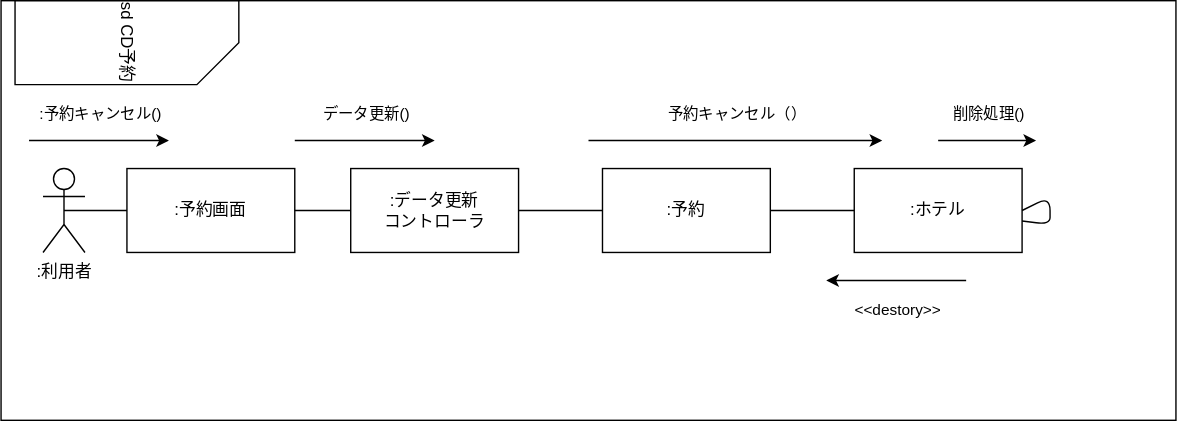
The draw.io diagram 演習５-2_CD_予約登録削除.drawio.svg in kikuchihibiki/uml-introduction, before a commit. Source tidied: cells renumbered, new cells last; positions are measured from the earlier drawing's top-left corner, leaving out a move shared by most shapes.
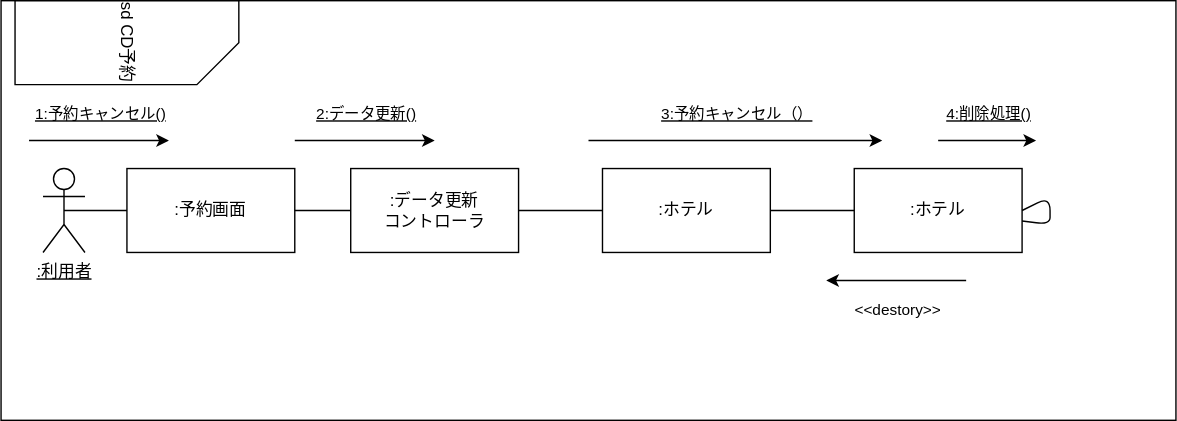
After the change.

Diff of the diagram source:
```diff
@@ -8,7 +8,7 @@
     <mxCell id="3" value="sd CD予約" style="shape=card;whiteSpace=wrap;html=1;flipH=1;rotation=90;" parent="1" vertex="1">
       <mxGeometry x="60" width="60" height="160" as="geometry" />
     </mxCell>
-    <mxCell id="4" value=":利用者" style="shape=umlActor;verticalLabelPosition=bottom;verticalAlign=top;html=1;outlineConnect=0;" parent="1" vertex="1">
+    <mxCell id="4" value="&lt;u&gt;:利用者&lt;/u&gt;" style="shape=umlActor;verticalLabelPosition=bottom;verticalAlign=top;html=1;outlineConnect=0;" parent="1" vertex="1">
       <mxGeometry x="30" y="170" width="30" height="60" as="geometry" />
     </mxCell>
     <mxCell id="5" value=":予約画面" style="rounded=0;whiteSpace=wrap;html=1;" parent="1" vertex="1">
@@ -17,7 +17,7 @@
     <mxCell id="6" value=":データ更新&lt;br&gt;コントローラ" style="rounded=0;whiteSpace=wrap;html=1;" parent="1" vertex="1">
       <mxGeometry x="250" y="170" width="120" height="60" as="geometry" />
     </mxCell>
-    <mxCell id="7" value=":予約" style="rounded=0;whiteSpace=wrap;html=1;" parent="1" vertex="1">
+    <mxCell id="7" value=":ホテル" style="rounded=0;whiteSpace=wrap;html=1;" parent="1" vertex="1">
       <mxGeometry x="430" y="170" width="120" height="60" as="geometry" />
     </mxCell>
     <mxCell id="8" value=":ホテル" style="rounded=0;whiteSpace=wrap;html=1;" parent="1" vertex="1">
@@ -41,7 +41,7 @@
         <mxPoint x="120" y="150" as="targetPoint" />
       </mxGeometry>
     </mxCell>
-    <mxCell id="14" value=":予約キャンセル()" style="edgeLabel;html=1;align=center;verticalAlign=middle;" parent="13" vertex="1">
+    <mxCell id="14" value="&lt;u&gt;1:予約キャンセル()&lt;/u&gt;" style="edgeLabel;html=1;align=center;verticalAlign=middle;" parent="13" vertex="1">
       <mxGeometry relative="1" as="geometry">
         <mxPoint y="-20" as="offset" />
       </mxGeometry>
@@ -52,7 +52,7 @@
         <mxPoint x="310" y="150" as="targetPoint" />
       </mxGeometry>
     </mxCell>
-    <mxCell id="16" value="データ更新()" style="edgeLabel;html=1;align=center;verticalAlign=middle;" parent="15" vertex="1">
+    <mxCell id="16" value="&lt;u&gt;2:データ更新()&lt;/u&gt;" style="edgeLabel;html=1;align=center;verticalAlign=middle;" parent="15" vertex="1">
       <mxGeometry relative="1" as="geometry">
         <mxPoint y="-20" as="offset" />
       </mxGeometry>
@@ -67,7 +67,7 @@
         </Array>
       </mxGeometry>
     </mxCell>
-    <mxCell id="18" value="予約キャンセル（）" style="edgeLabel;html=1;align=center;verticalAlign=middle;" parent="17" vertex="1">
+    <mxCell id="18" value="&lt;u&gt;3:予約キャンセル（）&lt;/u&gt;" style="edgeLabel;html=1;align=center;verticalAlign=middle;" parent="17" vertex="1">
       <mxGeometry relative="1" as="geometry">
         <mxPoint y="-20" as="offset" />
       </mxGeometry>
@@ -81,7 +81,7 @@
         </Array>
       </mxGeometry>
     </mxCell>
-    <mxCell id="20" value="削除処理()" style="edgeLabel;html=1;align=center;verticalAlign=middle;" parent="19" vertex="1">
+    <mxCell id="20" value="&lt;u&gt;4:削除処理()&lt;/u&gt;" style="edgeLabel;html=1;align=center;verticalAlign=middle;" parent="19" vertex="1">
       <mxGeometry relative="1" as="geometry">
         <mxPoint y="-20" as="offset" />
       </mxGeometry>
```
